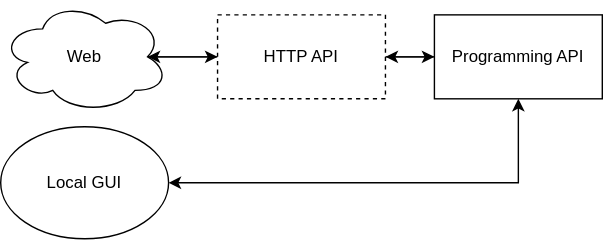
Above: docs/thesis/images/daf-core-http-api.drawio.svg in davidhozic/discord-advertisement-framework (draw.io), before the change. Source tidied: cells renumbered, new cells last; positions are measured from the earlier drawing's top-left corner, leaving out a move shared by most shapes.
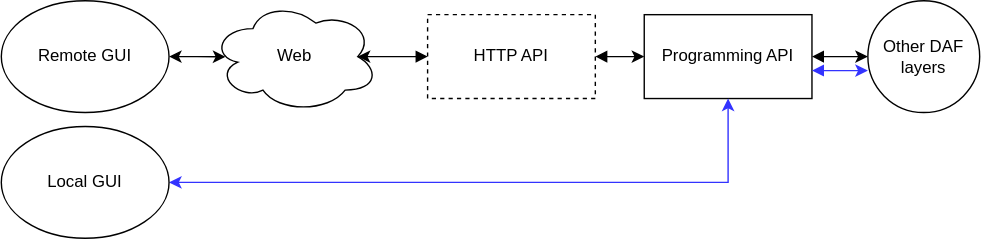
Above is the later version.

Change to the diagram source:
```diff
@@ -2,32 +2,44 @@
   <root>
     <mxCell id="0" />
     <mxCell id="1" parent="0" />
-    <mxCell id="2" style="edgeStyle=orthogonalEdgeStyle;rounded=0;jettySize=auto;html=1;" parent="1" edge="1" source="4" target="6">
+    <mxCell id="2" style="edgeStyle=orthogonalEdgeStyle;rounded=0;jettySize=auto;html=1;startArrow=block;startFill=1;" parent="1" edge="1" source="4" target="6">
       <mxGeometry relative="1" as="geometry" />
     </mxCell>
-    <mxCell id="3" style="edgeStyle=orthogonalEdgeStyle;rounded=0;jettySize=auto;html=1;entryX=0.875;entryY=0.5;entryDx=0;entryDy=0;entryPerimeter=0;" parent="1" edge="1" source="4" target="8">
+    <mxCell id="3" style="edgeStyle=orthogonalEdgeStyle;rounded=0;jettySize=auto;html=1;entryX=0.875;entryY=0.5;entryDx=0;entryDy=0;entryPerimeter=0;startArrow=block;startFill=1;" parent="1" edge="1" source="4" target="8">
       <mxGeometry relative="1" as="geometry" />
     </mxCell>
     <mxCell id="4" value="HTTP API" style="rounded=0;whiteSpace=wrap;html=1;dashed=1;" parent="1" vertex="1">
       <mxGeometry x="155" y="10" width="120" height="60" as="geometry" />
     </mxCell>
-    <mxCell id="5" style="edgeStyle=orthogonalEdgeStyle;rounded=0;jettySize=auto;html=1;" parent="1" edge="1" source="6" target="4">
-      <mxGeometry relative="1" as="geometry" />
-    </mxCell>
+    <mxCell id="11" style="edgeStyle=entityRelationEdgeStyle;rounded=0;comic=0;sketch=0;jettySize=auto;html=1;shadow=0;startArrow=block;startFill=1;" parent="1" edge="1" source="6" target="14">
+      <mxGeometry relative="1" as="geometry" />
+    </mxCell>
     <mxCell id="6" value="Programming API" style="rounded=0;whiteSpace=wrap;html=1;" parent="1" vertex="1">
       <mxGeometry x="310" y="10" width="120" height="60" as="geometry" />
     </mxCell>
-    <mxCell id="7" style="edgeStyle=orthogonalEdgeStyle;rounded=0;jettySize=auto;html=1;exitX=0.875;exitY=0.5;exitDx=0;exitDy=0;exitPerimeter=0;" parent="1" edge="1" source="8" target="4">
-      <mxGeometry relative="1" as="geometry" />
-    </mxCell>
     <mxCell id="8" value="Web" style="ellipse;shape=cloud;whiteSpace=wrap;html=1;" parent="1" vertex="1">
       <mxGeometry width="120" height="80" as="geometry" />
     </mxCell>
-    <mxCell id="9" style="edgeStyle=orthogonalEdgeStyle;rounded=0;jettySize=auto;html=1;entryX=0.5;entryY=1;entryDx=0;entryDy=0;startArrow=classic;startFill=1;" parent="1" edge="1" source="10" target="6">
+    <mxCell id="9" style="edgeStyle=orthogonalEdgeStyle;rounded=0;jettySize=auto;html=1;entryX=0.5;entryY=1;entryDx=0;entryDy=0;startArrow=classic;startFill=1;strokeColor=#3333FF;" parent="1" edge="1" source="10" target="6">
       <mxGeometry relative="1" as="geometry" />
     </mxCell>
     <mxCell id="10" value="Local GUI" style="ellipse;whiteSpace=wrap;html=1;" parent="1" vertex="1">
-      <mxGeometry y="90" width="120" height="80" as="geometry" />
+      <mxGeometry x="-150" y="90" width="120" height="80" as="geometry" />
     </mxCell>
+    <mxCell id="12" style="edgeStyle=orthogonalEdgeStyle;rounded=0;jettySize=auto;html=1;entryX=0.086;entryY=0.502;entryDx=0;entryDy=0;entryPerimeter=0;flowAnimation=0;comic=0;sketch=0;shadow=0;startArrow=classic;startFill=1;" parent="1" edge="1" source="13" target="8">
+      <mxGeometry relative="1" as="geometry" />
+    </mxCell>
+    <mxCell id="13" value="Remote GUI" style="ellipse;whiteSpace=wrap;html=1;" parent="1" vertex="1">
+      <mxGeometry x="-150" width="120" height="80" as="geometry" />
+    </mxCell>
+    <mxCell id="14" value="Other DAF&lt;br&gt;layers" style="ellipse;whiteSpace=wrap;html=1;" parent="1" vertex="1">
+      <mxGeometry x="470" width="80" height="80" as="geometry" />
+    </mxCell>
+    <mxCell id="15" style="edgeStyle=entityRelationEdgeStyle;rounded=0;comic=0;sketch=0;orthogonalLoop=1;jettySize=auto;html=1;shadow=0;startArrow=block;startFill=1;strokeColor=#3333FF;" parent="1" edge="1">
+      <mxGeometry relative="1" as="geometry">
+        <mxPoint x="430" y="50" as="sourcePoint" />
+        <mxPoint x="470" y="50" as="targetPoint" />
+      </mxGeometry>
+    </mxCell>
   </root>
 </mxGraphModel>
```
